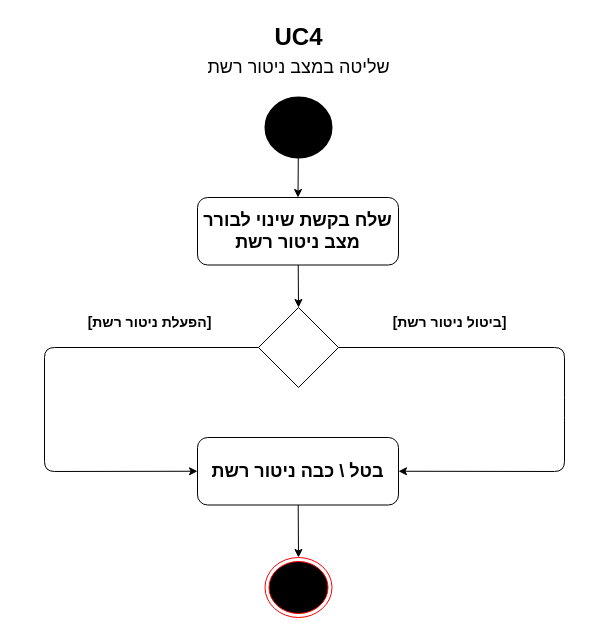
This is docs/diagrams/IDS_AD/UC4_AD.drawio from NatiG7/simple_intrusion_handling_system, a draw.io file, before an edit. Source tidied: cells renumbered, new cells numbered last; positions are measured from the earlier drawing's top-left corner, leaving out a move shared by most shapes. Both pictures are drawn from the tidied source at 100%, with x=0, y=0 at pixel (44, 17).
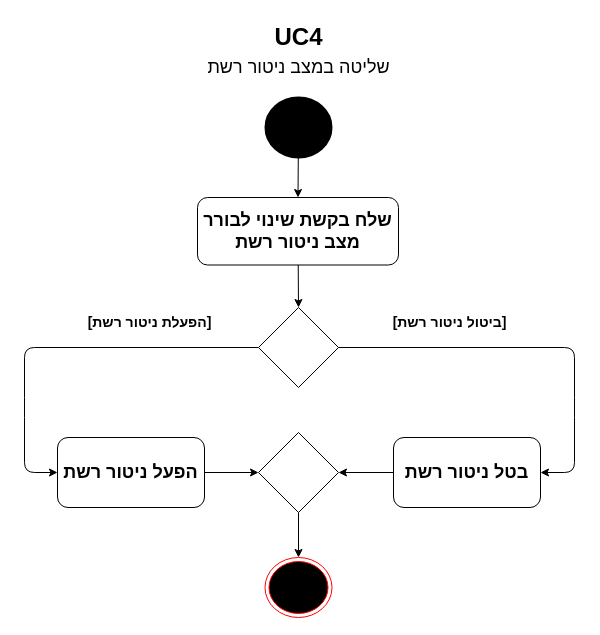
The same diagram, later.

Commit message (it also covers changes not shown here):
refac: UseCase Admin extends User, UC4 correct decision sketch

Unchanged cells that the change refers to:
```xml
<mxCell id="10" style="ellipse;html=1;shape=endState;fillColor=#000000;strokeColor=#ff0000;" parent="1" vertex="1">
  <mxGeometry x="220.5" y="540" width="67" height="60" as="geometry" />
</mxCell>
<mxCell id="13" style="rhombus;whiteSpace=wrap;html=1;" parent="1" vertex="1">
  <mxGeometry x="214" y="290" width="80" height="80" as="geometry" />
</mxCell>
```

Change to the diagram source:
```diff
@@
-    <mxCell id="8" style="edgeStyle=none;html=1;" parent="1" edge="1" source="9" target="10">
-      <mxGeometry relative="1" as="geometry" />
-    </mxCell>
+    <mxCell id="16" style="edgeStyle=none;html=1;entryX=0;entryY=0.5;entryDx=0;entryDy=0;" parent="1" edge="1" source="9" target="20">
+      <mxGeometry relative="1" as="geometry" />
+    </mxCell>
-    <mxCell id="9" value="&lt;font style=&quot;font-size: 18px;&quot;&gt;&lt;b&gt;בטל \ כבה ניטור רשת&lt;/b&gt;&lt;/font&gt;" style="rounded=1;whiteSpace=wrap;html=1;" parent="1" vertex="1">
-      <mxGeometry x="153" y="420" width="201" height="67.5" as="geometry" />
+    <mxCell id="9" value="&lt;span style=&quot;font-size: 18px;&quot;&gt;&lt;b&gt;הפעל ניטור רשת&lt;/b&gt;&lt;/span&gt;" style="rounded=1;whiteSpace=wrap;html=1;" parent="1" vertex="1">
+      <mxGeometry x="13" y="420" width="147" height="70" as="geometry" />
     </mxCell>
@@
-    <mxCell id="11" style="edgeStyle=none;html=1;entryX=1;entryY=0.5;entryDx=0;entryDy=0;" parent="1" edge="1" source="13" target="9">
+    <mxCell id="11" style="edgeStyle=none;html=1;entryX=1;entryY=0.5;entryDx=0;entryDy=0;" parent="1" edge="1" source="13" target="18">
       <mxGeometry relative="1" as="geometry">
         <Array as="points">
-          <mxPoint x="520" y="330" />
-          <mxPoint x="520" y="390" />
-          <mxPoint x="520" y="454" />
+          <mxPoint x="530" y="330" />
+          <mxPoint x="530" y="390" />
+          <mxPoint x="530" y="455" />
         </Array>
       </mxGeometry>
     </mxCell>
     <mxCell id="12" style="edgeStyle=none;html=1;entryX=0;entryY=0.5;entryDx=0;entryDy=0;" parent="1" edge="1" source="13" target="9">
       <mxGeometry relative="1" as="geometry">
         <Array as="points">
-          <mxPoint y="330" />
-          <mxPoint y="454" />
+          <mxPoint x="-20" y="330" />
+          <mxPoint x="-20" y="390" />
+          <mxPoint x="-20" y="455" />
         </Array>
       </mxGeometry>
     </mxCell>
@@
+    <mxCell id="17" style="edgeStyle=none;html=1;entryX=1;entryY=0.5;entryDx=0;entryDy=0;" parent="1" edge="1" source="18" target="20">
+      <mxGeometry relative="1" as="geometry" />
+    </mxCell>
+    <mxCell id="18" value="&lt;span style=&quot;font-size: 18px;&quot;&gt;&lt;b&gt;בטל ניטור רשת&lt;/b&gt;&lt;/span&gt;" style="rounded=1;whiteSpace=wrap;html=1;" parent="1" vertex="1">
+      <mxGeometry x="349" y="420" width="147" height="70" as="geometry" />
+    </mxCell>
+    <mxCell id="19" style="edgeStyle=none;html=1;entryX=0.5;entryY=0;entryDx=0;entryDy=0;" parent="1" edge="1" source="20" target="10">
+      <mxGeometry relative="1" as="geometry" />
+    </mxCell>
+    <mxCell id="20" style="rhombus;whiteSpace=wrap;html=1;" parent="1" vertex="1">
+      <mxGeometry x="214" y="415" width="80" height="80" as="geometry" />
+    </mxCell>
```
